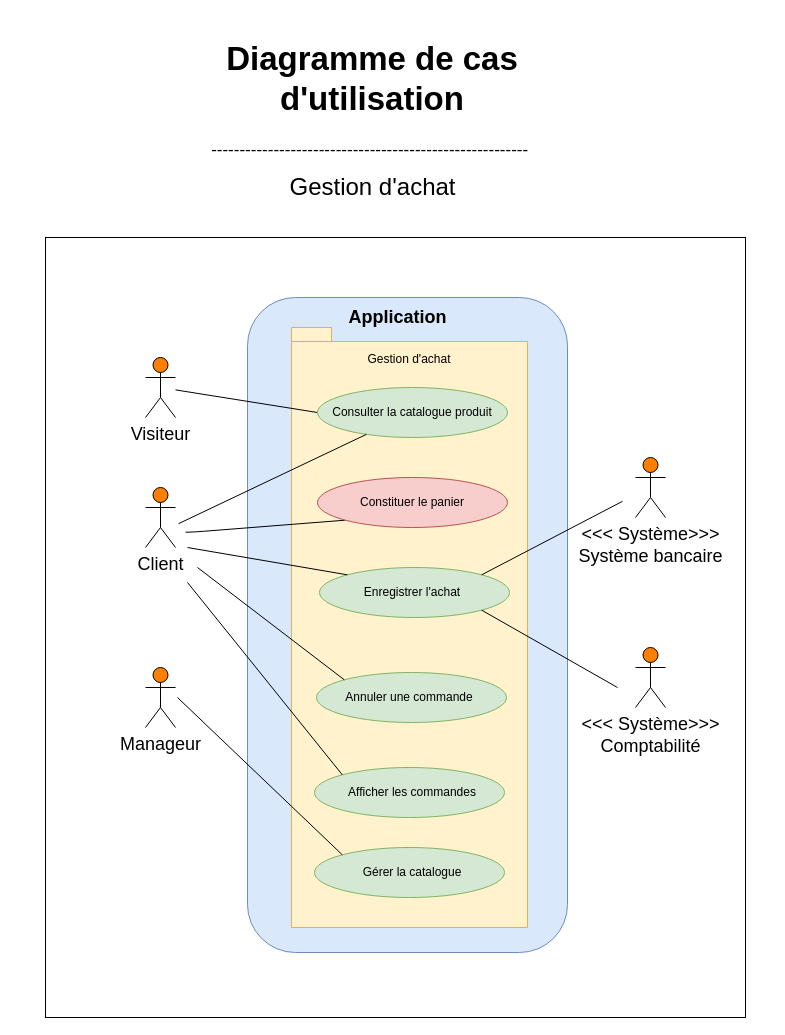
Before: page "Gestion d'achat" (1 of 5) of Use case Diagram.drawio in Maayaavi/OC_Project_4, a draw.io diagram. Source tidied: cells renumbered, new cells numbered last; positions are measured from the earlier drawing's top-left corner, leaving out a move shared by most shapes. Both pictures are drawn from the tidied source at 100%, with x=0, y=0 at pixel (45, 27).
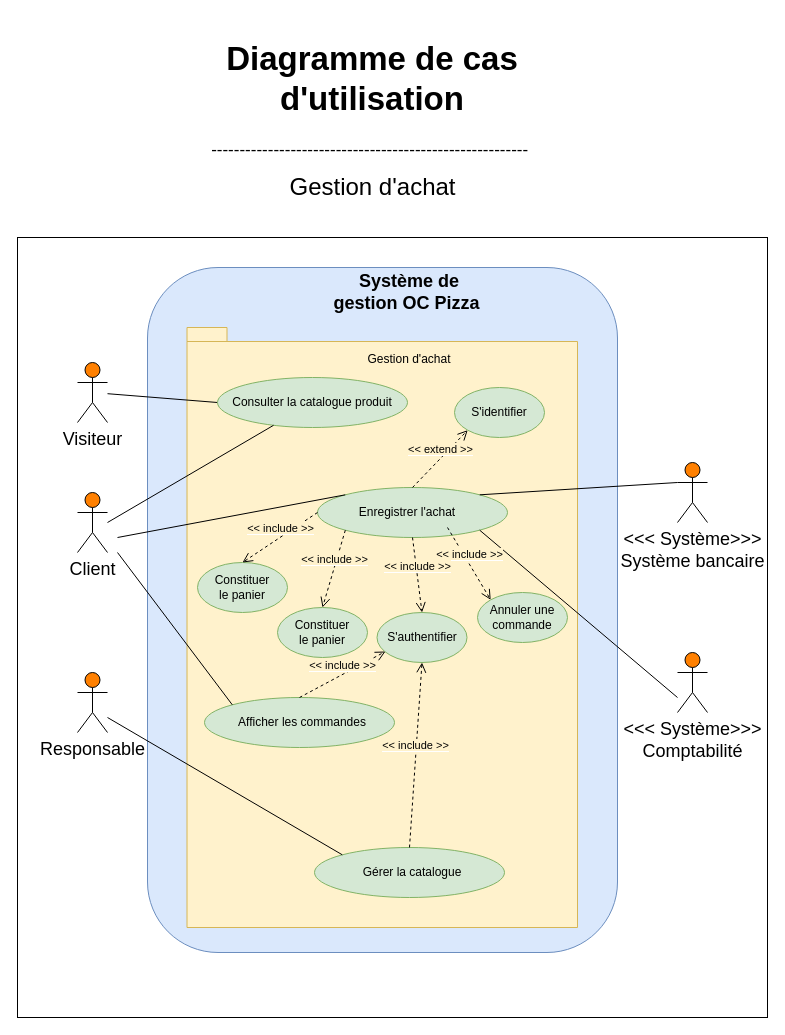
After the change.

Unchanged cells that the change refers to:
```xml
<mxCell id="21" style="ellipse;whiteSpace=wrap;html=1;fillColor=#d5e8d4;strokeColor=#82b366;" parent="1" vertex="1">
  <mxGeometry x="269" y="820" width="190" height="50" as="geometry" />
</mxCell>
```

What changed in the source:
```diff
@@
     <mxCell id="2" style="whiteSpace=wrap;html=1;" parent="1" vertex="1">
-      <mxGeometry y="210" width="700" height="780" as="geometry" />
+      <mxGeometry x="-28" y="210" width="750" height="780" as="geometry" />
     </mxCell>
@@
     <mxCell id="4" style="rounded=1;whiteSpace=wrap;html=1;fillColor=#dae8fc;strokeColor=#6c8ebf;" parent="1" vertex="1">
-      <mxGeometry x="202" y="270" width="320" height="655" as="geometry" />
+      <mxGeometry x="102" y="240" width="470" height="685" as="geometry" />
     </mxCell>
-    <mxCell id="5" value="Application&amp;nbsp;" style="text;html=1;strokeColor=none;fillColor=none;align=center;verticalAlign=middle;whiteSpace=wrap;rounded=0;fontSize=18;fontStyle=1;glass=0;gradientColor=none;" parent="1" vertex="1">
-      <mxGeometry x="275" y="260" width="160" height="60" as="geometry" />
+    <mxCell id="5" value="Système de gestion OC Pizza&amp;nbsp;" style="text;html=1;strokeColor=none;fillColor=none;align=center;verticalAlign=middle;whiteSpace=wrap;rounded=0;fontSize=18;fontStyle=1;glass=0;gradientColor=none;" parent="1" vertex="1">
+      <mxGeometry x="284" y="230" width="160" height="70" as="geometry" />
     </mxCell>
     <mxCell id="6" value="Visiteur" style="shape=umlActor;verticalLabelPosition=bottom;labelBackgroundColor=#ffffff;verticalAlign=top;html=1;outlineConnect=0;fontSize=18;fillColor=#FF8000;" parent="1" vertex="1">
-      <mxGeometry x="100" y="330" width="30" height="60" as="geometry" />
+      <mxGeometry x="32" y="335" width="30" height="60" as="geometry" />
     </mxCell>
     <mxCell id="7" value="Client" style="shape=umlActor;verticalLabelPosition=bottom;labelBackgroundColor=#ffffff;verticalAlign=top;html=1;fontSize=18;fillColor=#FF8000;" parent="1" vertex="1">
-      <mxGeometry x="100" y="460" width="30" height="60" as="geometry" />
+      <mxGeometry x="32" y="465" width="30" height="60" as="geometry" />
     </mxCell>
-    <mxCell id="8" value="Manageur" style="shape=umlActor;verticalLabelPosition=bottom;labelBackgroundColor=#ffffff;verticalAlign=top;html=1;fontSize=18;fillColor=#FF8000;" parent="1" vertex="1">
-      <mxGeometry x="100" y="640" width="30" height="60" as="geometry" />
+    <mxCell id="8" value="Responsable" style="shape=umlActor;verticalLabelPosition=bottom;labelBackgroundColor=#ffffff;verticalAlign=top;html=1;fontSize=18;fillColor=#FF8000;" parent="1" vertex="1">
+      <mxGeometry x="32" y="645" width="30" height="60" as="geometry" />
     </mxCell>
     <mxCell id="9" value="&amp;lt;&amp;lt;&amp;lt; Système&amp;gt;&amp;gt;&amp;gt;&lt;br&gt;Système bancaire" style="shape=umlActor;verticalLabelPosition=bottom;labelBackgroundColor=#ffffff;verticalAlign=top;html=1;outlineConnect=0;fontSize=18;gradientColor=none;gradientDirection=north;fillColor=#FF8000;" parent="1" vertex="1">
-      <mxGeometry x="590" y="430" width="30" height="60" as="geometry" />
+      <mxGeometry x="632" y="435" width="30" height="60" as="geometry" />
     </mxCell>
     <mxCell id="10" value="&amp;lt;&amp;lt;&amp;lt; Système&amp;gt;&amp;gt;&amp;gt;&lt;br&gt;Comptabilité" style="shape=umlActor;verticalLabelPosition=bottom;labelBackgroundColor=#ffffff;verticalAlign=top;html=1;fontSize=18;gradientColor=none;gradientDirection=north;fillColor=#FF8000;" parent="1" vertex="1">
-      <mxGeometry x="590" y="620" width="30" height="60" as="geometry" />
+      <mxGeometry x="632" y="625" width="30" height="60" as="geometry" />
     </mxCell>
     <mxCell id="11" style="shape=folder;fontStyle=1;spacingTop=10;tabWidth=40;tabHeight=14;tabPosition=left;html=1;fillColor=#fff2cc;strokeColor=#d6b656;" parent="1" vertex="1">
-      <mxGeometry x="246" y="300" width="236" height="600" as="geometry" />
+      <mxGeometry x="141.5" y="300" width="390.5" height="600" as="geometry" />
     </mxCell>
@@
     <mxCell id="14" style="ellipse;whiteSpace=wrap;html=1;fillColor=#d5e8d4;strokeColor=#82b366;" parent="1" vertex="1">
-      <mxGeometry x="272" y="360" width="190" height="50" as="geometry" />
+      <mxGeometry x="172" y="350" width="190" height="50" as="geometry" />
     </mxCell>
     <mxCell id="15" value="Consulter la catalogue produit" style="text;html=1;strokeColor=none;fillColor=none;align=center;verticalAlign=middle;whiteSpace=wrap;rounded=0;" parent="1" vertex="1">
-      <mxGeometry x="262" y="375" width="210" height="20" as="geometry" />
+      <mxGeometry x="162" y="365" width="210" height="20" as="geometry" />
     </mxCell>
     <mxCell id="16" style="ellipse;whiteSpace=wrap;html=1;fillColor=#d5e8d4;strokeColor=#82b366;" parent="1" vertex="1">
-      <mxGeometry x="274" y="540" width="190" height="50" as="geometry" />
+      <mxGeometry x="272" y="460" width="190" height="50" as="geometry" />
     </mxCell>
     <mxCell id="17" value="Enregistrer l'achat" style="text;html=1;strokeColor=none;fillColor=none;align=center;verticalAlign=middle;whiteSpace=wrap;rounded=0;" parent="1" vertex="1">
-      <mxGeometry x="262" y="555" width="210" height="20" as="geometry" />
+      <mxGeometry x="257" y="475" width="210" height="20" as="geometry" />
     </mxCell>
     <mxCell id="18" style="endArrow=none;html=1;" parent="1" edge="1" target="14">
       <mxGeometry relative="1" as="geometry">
-        <mxPoint x="133" y="496.2" as="sourcePoint" />
+        <mxPoint x="62" y="495" as="sourcePoint" />
       </mxGeometry>
     </mxCell>
-    <mxCell id="19" style="endArrow=none;html=1;entryX=0;entryY=0.5;entryDx=0;entryDy=0;exitX=1;exitY=0;exitDx=0;exitDy=0;" parent="1" edge="1" source="16">
-      <mxGeometry relative="1" as="geometry">
-        <mxPoint x="577" y="473.8" as="targetPoint" />
-      </mxGeometry>
+    <mxCell id="19" style="endArrow=none;html=1;exitX=1;exitY=0;exitDx=0;exitDy=0;entryX=0;entryY=0.3333333333333333;entryDx=0;entryDy=0;entryPerimeter=0;" parent="1" edge="1" source="16" target="9">
+      <mxGeometry relative="1" as="geometry" />
     </mxCell>
     <mxCell id="20" style="endArrow=none;html=1;entryX=0;entryY=0;entryDx=0;entryDy=0;" parent="1" edge="1" target="16">
       <mxGeometry relative="1" as="geometry">
-        <mxPoint x="142" y="520" as="sourcePoint" />
+        <mxPoint x="72" y="510" as="sourcePoint" />
       </mxGeometry>
     </mxCell>
@@
     <mxCell id="23" style="endArrow=none;html=1;entryX=0;entryY=0;entryDx=0;entryDy=0;" parent="1" edge="1" target="21">
       <mxGeometry relative="1" as="geometry">
-        <mxPoint x="132" y="670" as="sourcePoint" />
+        <mxPoint x="62" y="690" as="sourcePoint" />
       </mxGeometry>
     </mxCell>
     <mxCell id="24" style="endArrow=none;html=1;exitX=1;exitY=1;exitDx=0;exitDy=0;" parent="1" edge="1" source="16">
       <mxGeometry relative="1" as="geometry">
-        <mxPoint x="572" y="660" as="targetPoint" />
+        <mxPoint x="632" y="670" as="targetPoint" />
       </mxGeometry>
     </mxCell>
-    <mxCell id="25" style="endArrow=none;html=1;entryX=0;entryY=1;entryDx=0;entryDy=0;" parent="1" edge="1" target="29">
-      <mxGeometry relative="1" as="geometry">
-        <mxPoint x="140" y="504.7" as="sourcePoint" />
-        <Array as="points">
-          <mxPoint x="149" y="504.5" />
-        </Array>
-      </mxGeometry>
-    </mxCell>
-    <mxCell id="26" style="ellipse;whiteSpace=wrap;html=1;fillColor=#d5e8d4;strokeColor=#82b366;" parent="1" vertex="1">
-      <mxGeometry x="271" y="645" width="190" height="50" as="geometry" />
-    </mxCell>
-    <mxCell id="27" value="Annuler une commande" style="text;html=1;strokeColor=none;fillColor=none;align=center;verticalAlign=middle;whiteSpace=wrap;rounded=0;" parent="1" vertex="1">
-      <mxGeometry x="259" y="660" width="210" height="20" as="geometry" />
-    </mxCell>
-    <mxCell id="28" style="endArrow=none;html=1;entryX=0;entryY=0;entryDx=0;entryDy=0;" parent="1" edge="1" target="26">
-      <mxGeometry relative="1" as="geometry">
-        <mxPoint x="152" y="540" as="sourcePoint" />
-      </mxGeometry>
-    </mxCell>
-    <mxCell id="29" style="ellipse;whiteSpace=wrap;html=1;fillColor=#f8cecc;strokeColor=#b85450;" parent="1" vertex="1">
-      <mxGeometry x="272" y="450" width="190" height="50" as="geometry" />
+    <mxCell id="29" style="ellipse;whiteSpace=wrap;html=1;fillColor=#d5e8d4;strokeColor=#82b366;" parent="1" vertex="1">
+      <mxGeometry x="232" y="580" width="90" height="50" as="geometry" />
     </mxCell>
-    <mxCell id="30" value="Constituer le panier" style="text;html=1;strokeColor=none;fillColor=none;align=center;verticalAlign=middle;whiteSpace=wrap;rounded=0;" parent="1" vertex="1">
-      <mxGeometry x="262" y="465" width="210" height="20" as="geometry" />
+    <mxCell id="30" value="Constituer&lt;br&gt;le panier" style="text;html=1;strokeColor=none;fillColor=none;align=center;verticalAlign=middle;whiteSpace=wrap;rounded=0;" parent="1" vertex="1">
+      <mxGeometry x="172" y="595" width="210" height="20" as="geometry" />
     </mxCell>
     <mxCell id="31" style="ellipse;whiteSpace=wrap;html=1;fillColor=#d5e8d4;strokeColor=#82b366;" parent="1" vertex="1">
-      <mxGeometry x="269" y="740" width="190" height="50" as="geometry" />
+      <mxGeometry x="159" y="670" width="190" height="50" as="geometry" />
     </mxCell>
     <mxCell id="32" value="Afficher les commandes" style="text;html=1;strokeColor=none;fillColor=none;align=center;verticalAlign=middle;whiteSpace=wrap;rounded=0;" parent="1" vertex="1">
-      <mxGeometry x="262" y="755" width="210" height="20" as="geometry" />
+      <mxGeometry x="152" y="685" width="210" height="20" as="geometry" />
     </mxCell>
     <mxCell id="33" style="endArrow=none;html=1;entryX=0;entryY=0;entryDx=0;entryDy=0;" parent="1" edge="1" target="31">
       <mxGeometry relative="1" as="geometry">
-        <mxPoint x="142" y="555" as="sourcePoint" />
+        <mxPoint x="72" y="525" as="sourcePoint" />
       </mxGeometry>
     </mxCell>
@@
+    <mxCell id="35" style="ellipse;whiteSpace=wrap;html=1;fillColor=#d5e8d4;strokeColor=#82b366;" parent="1" vertex="1">
+      <mxGeometry x="432" y="565" width="90" height="50" as="geometry" />
+    </mxCell>
+    <mxCell id="27" value="Annuler une &lt;br&gt;commande" style="text;html=1;strokeColor=none;fillColor=none;align=center;verticalAlign=middle;whiteSpace=wrap;rounded=0;" parent="1" vertex="1">
+      <mxGeometry x="372" y="580" width="210" height="20" as="geometry" />
+    </mxCell>
+    <mxCell id="36" style="ellipse;whiteSpace=wrap;html=1;fillColor=#d5e8d4;strokeColor=#82b366;" parent="1" vertex="1">
+      <mxGeometry x="152" y="535" width="90" height="50" as="geometry" />
+    </mxCell>
+    <mxCell id="37" value="Constituer&lt;br&gt;le panier" style="text;html=1;strokeColor=none;fillColor=none;align=center;verticalAlign=middle;whiteSpace=wrap;rounded=0;" parent="1" vertex="1">
+      <mxGeometry x="92" y="550" width="210" height="20" as="geometry" />
+    </mxCell>
+    <mxCell id="38" value="&lt;span style=&quot;background-color: rgb(255 , 242 , 204)&quot;&gt;&amp;lt;&amp;lt; include &amp;gt;&amp;gt;&lt;/span&gt;" style="html=1;verticalAlign=bottom;endArrow=open;dashed=1;endSize=8;entryX=0;entryY=0;entryDx=0;entryDy=0;" parent="1" edge="1" target="35">
+      <mxGeometry relative="1" as="geometry">
+        <mxPoint x="402" y="500" as="sourcePoint" />
+      </mxGeometry>
+    </mxCell>
+    <mxCell id="39" value="&lt;span style=&quot;background-color: rgb(255 , 242 , 204)&quot;&gt;&amp;lt;&amp;lt; include &amp;gt;&amp;gt;&lt;/span&gt;" style="html=1;verticalAlign=bottom;endArrow=open;dashed=1;endSize=8;entryX=0.5;entryY=0;entryDx=0;entryDy=0;exitX=0;exitY=1;exitDx=0;exitDy=0;" parent="1" edge="1" source="16" target="29">
+      <mxGeometry relative="1" as="geometry" />
+    </mxCell>
+    <mxCell id="40" value="&lt;span style=&quot;background-color: rgb(255 , 242 , 204)&quot;&gt;&amp;lt;&amp;lt; include &amp;gt;&amp;gt;&lt;/span&gt;" style="html=1;verticalAlign=bottom;endArrow=open;dashed=1;endSize=8;entryX=0.5;entryY=0;entryDx=0;entryDy=0;exitX=0;exitY=0.5;exitDx=0;exitDy=0;" parent="1" edge="1" source="16" target="36">
+      <mxGeometry relative="1" as="geometry" />
+    </mxCell>
+    <mxCell id="41" style="ellipse;whiteSpace=wrap;html=1;fillColor=#d5e8d4;strokeColor=#82b366;" parent="1" vertex="1">
+      <mxGeometry x="331.5" y="585" width="90" height="50" as="geometry" />
+    </mxCell>
+    <mxCell id="42" value="S'authentifier" style="text;html=1;strokeColor=none;fillColor=none;align=center;verticalAlign=middle;whiteSpace=wrap;rounded=0;" parent="1" vertex="1">
+      <mxGeometry x="271.5" y="600" width="210" height="20" as="geometry" />
+    </mxCell>
+    <mxCell id="43" value="&lt;span style=&quot;background-color: rgb(255 , 242 , 204)&quot;&gt;&amp;lt;&amp;lt; include &amp;gt;&amp;gt;&lt;/span&gt;" style="html=1;verticalAlign=bottom;endArrow=open;dashed=1;endSize=8;entryX=0.5;entryY=0;entryDx=0;entryDy=0;exitX=0.5;exitY=1;exitDx=0;exitDy=0;" parent="1" edge="1" source="16" target="41">
+      <mxGeometry relative="1" as="geometry" />
+    </mxCell>
+    <mxCell id="44" value="&lt;span style=&quot;background-color: rgb(255 , 242 , 204)&quot;&gt;&amp;lt;&amp;lt; include &amp;gt;&amp;gt;&lt;/span&gt;" style="html=1;verticalAlign=bottom;endArrow=open;dashed=1;endSize=8;entryX=0.326;entryY=1.2;entryDx=0;entryDy=0;exitX=0.5;exitY=0;exitDx=0;exitDy=0;entryPerimeter=0;" parent="1" edge="1" source="31" target="42">
+      <mxGeometry relative="1" as="geometry" />
+    </mxCell>
+    <mxCell id="45" value="&lt;span style=&quot;background-color: rgb(255 , 242 , 204)&quot;&gt;&amp;lt;&amp;lt; include &amp;gt;&amp;gt;&lt;/span&gt;" style="html=1;verticalAlign=bottom;endArrow=open;dashed=1;endSize=8;entryX=0.5;entryY=1;entryDx=0;entryDy=0;exitX=0.5;exitY=0;exitDx=0;exitDy=0;" parent="1" edge="1" source="21" target="41">
+      <mxGeometry relative="1" as="geometry" />
+    </mxCell>
+    <mxCell id="46" style="ellipse;whiteSpace=wrap;html=1;fillColor=#d5e8d4;strokeColor=#82b366;" parent="1" vertex="1">
+      <mxGeometry x="409" y="360" width="90" height="50" as="geometry" />
+    </mxCell>
+    <mxCell id="47" value="S'identifier" style="text;html=1;strokeColor=none;fillColor=none;align=center;verticalAlign=middle;whiteSpace=wrap;rounded=0;" parent="1" vertex="1">
+      <mxGeometry x="349" y="375" width="210" height="20" as="geometry" />
+    </mxCell>
+    <mxCell id="48" value="&lt;span style=&quot;background-color: rgb(255 , 242 , 204)&quot;&gt;&amp;lt;&amp;lt; extend &amp;gt;&amp;gt;&lt;/span&gt;" style="html=1;verticalAlign=bottom;endArrow=open;dashed=1;endSize=8;entryX=0;entryY=1;entryDx=0;entryDy=0;exitX=0.5;exitY=0;exitDx=0;exitDy=0;" parent="1" edge="1" source="16" target="46">
+      <mxGeometry relative="1" as="geometry" />
+    </mxCell>
```
